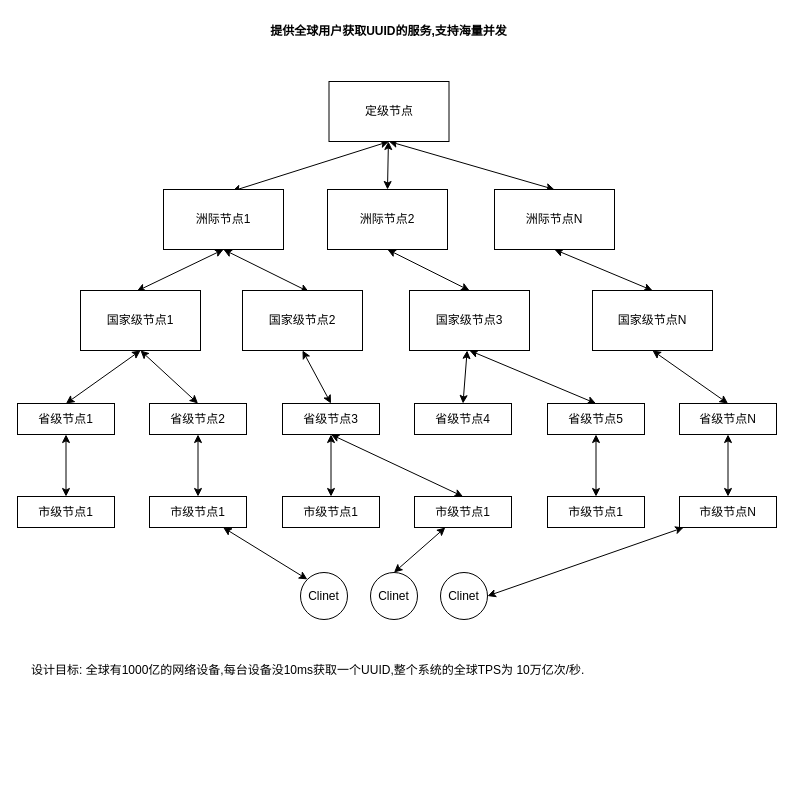
Earlier version of the draw.io diagram UUID生成服务.drawio (catface996/images). Source tidied: cells renumbered, new cells numbered last; positions are measured from the earlier drawing's top-left corner, leaving out a move shared by most shapes. Both pictures are drawn from the tidied source at 100%, with x=0, y=0 at pixel (17, 17).
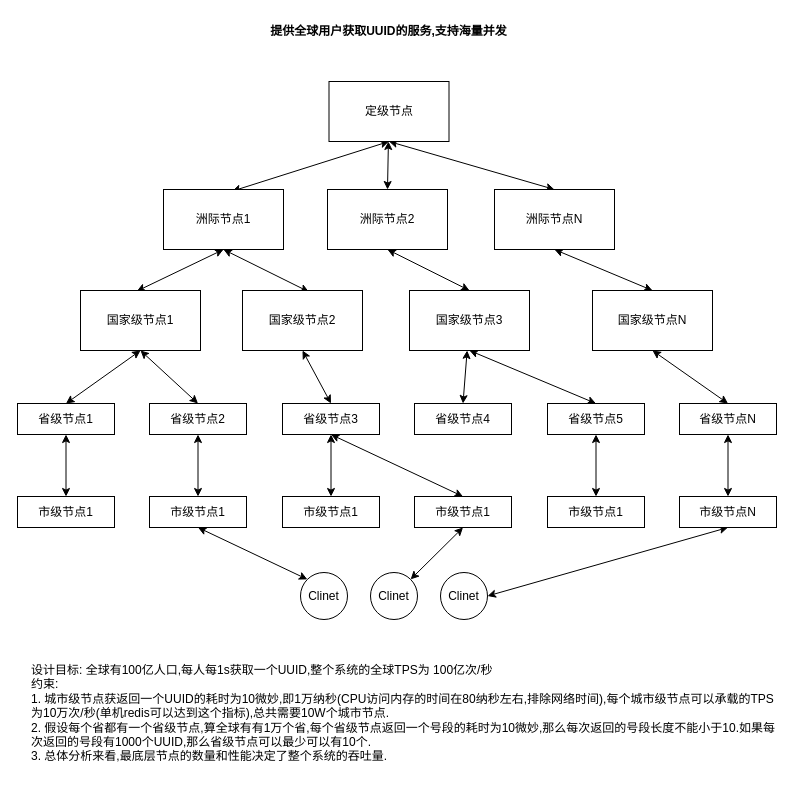
The same page after the edit.

Commit message (it also covers changes not shown here):
更新UUID生成服务.drawio

Unchanged cells that the change refers to:
```xml
<mxCell id="38" value="市级节点1" style="rounded=0;whiteSpace=wrap;html=1;align=center;verticalAlign=middle;" parent="1" vertex="1">
  <mxGeometry x="132" y="479" width="97" height="31" as="geometry" />
</mxCell>
<mxCell id="41" value="市级节点1" style="rounded=0;whiteSpace=wrap;html=1;align=center;verticalAlign=middle;" parent="1" vertex="1">
  <mxGeometry x="397" y="479" width="97" height="31" as="geometry" />
</mxCell>
<mxCell id="44" value="市级节点N" style="rounded=0;whiteSpace=wrap;html=1;align=center;verticalAlign=middle;" parent="1" vertex="1">
  <mxGeometry x="662" y="479" width="97" height="31" as="geometry" />
</mxCell>
<mxCell id="45" value="Clinet" style="ellipse;whiteSpace=wrap;html=1;align=center;verticalAlign=middle;" parent="1" vertex="1">
  <mxGeometry x="283" y="555" width="47" height="47" as="geometry" />
</mxCell>
<mxCell id="46" value="Clinet" style="ellipse;whiteSpace=wrap;html=1;align=center;verticalAlign=middle;" parent="1" vertex="1">
  <mxGeometry x="353" y="555" width="47" height="47" as="geometry" />
</mxCell>
<mxCell id="47" value="Clinet" style="ellipse;whiteSpace=wrap;html=1;align=center;verticalAlign=middle;" parent="1" vertex="1">
  <mxGeometry x="423" y="555" width="47" height="47" as="geometry" />
</mxCell>
```

Change to the diagram source:
```diff
@@
-    <mxCell id="37" style="edgeStyle=none;rounded=0;jettySize=auto;html=1;entryX=0;entryY=0;entryDx=0;entryDy=0;startArrow=classic;startFill=1;" parent="1" edge="1" source="38" target="45">
+    <mxCell id="37" style="edgeStyle=none;rounded=0;jettySize=auto;html=1;entryX=0;entryY=0;entryDx=0;entryDy=0;startArrow=classic;startFill=1;exitX=0.5;exitY=1;exitDx=0;exitDy=0;" parent="1" edge="1" source="38" target="45">
       <mxGeometry relative="1" as="geometry" />
     </mxCell>
@@
-    <mxCell id="40" style="edgeStyle=none;rounded=0;jettySize=auto;html=1;entryX=0.5;entryY=0;entryDx=0;entryDy=0;startArrow=classic;startFill=1;" parent="1" edge="1" source="41" target="46">
+    <mxCell id="40" style="edgeStyle=none;rounded=0;jettySize=auto;html=1;entryX=1;entryY=0;entryDx=0;entryDy=0;startArrow=classic;startFill=1;exitX=0.5;exitY=1;exitDx=0;exitDy=0;" parent="1" edge="1" source="41" target="46">
       <mxGeometry relative="1" as="geometry" />
     </mxCell>
@@
-    <mxCell id="43" style="edgeStyle=none;rounded=0;jettySize=auto;html=1;entryX=1;entryY=0.5;entryDx=0;entryDy=0;startArrow=classic;startFill=1;" parent="1" edge="1" source="44" target="47">
+    <mxCell id="43" style="edgeStyle=none;rounded=0;jettySize=auto;html=1;entryX=1;entryY=0.5;entryDx=0;entryDy=0;startArrow=classic;startFill=1;exitX=0.5;exitY=1;exitDx=0;exitDy=0;" parent="1" edge="1" source="44" target="47">
       <mxGeometry relative="1" as="geometry" />
     </mxCell>
@@
-    <mxCell id="48" value="设计目标: 全球有1000亿的网络设备,每台设备没10ms获取一个UUID,整个系统的全球TPS为 10万亿次/秒." style="text;html=1;strokeColor=none;fillColor=none;align=left;verticalAlign=top;whiteSpace=wrap;rounded=0;" parent="1" vertex="1">
-      <mxGeometry x="12" y="639" width="748" height="137" as="geometry" />
+    <mxCell id="48" value="设计目标: 全球有100亿人口,每人每1s获取一个UUID,整个系统的全球TPS为 100亿次/秒&lt;br&gt;约束:&lt;br&gt;1. 城市级节点获返回一个UUID的耗时为10微妙,即1万纳秒(CPU访问内存的时间在80纳秒左右,排除网络时间),每个城市级节点可以承载的TPS为10万次/秒(单机redis可以达到这个指标),总共需要10W个城市节点.&lt;br&gt;2. 假设每个省都有一个省级节点,算全球有有1万个省,每个省级节点返回一个号段的耗时为10微妙,那么每次返回的号段长度不能小于10.如果每次返回的号段有1000个UUID,那么省级节点可以最少可以有10个.&lt;br&gt;3. 总体分析来看,最底层节点的数量和性能决定了整个系统的吞吐量.&lt;br&gt;" style="text;html=1;strokeColor=none;fillColor=none;align=left;verticalAlign=top;whiteSpace=wrap;rounded=0;" parent="1" vertex="1">
+      <mxGeometry x="12" y="639" width="748" height="115" as="geometry" />
     </mxCell>
```
